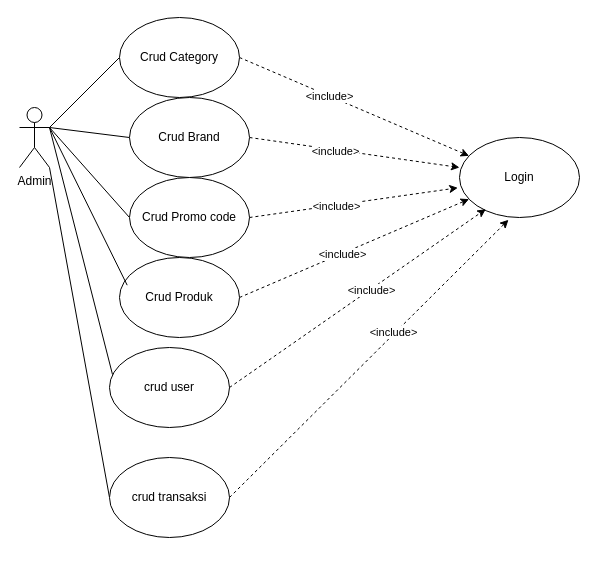
Rasyaalfaris/migration-and-relation keeps this draw.io diagram as page "Use case" (1 of 3) of diagram.drawio. Above is the earlier version. Source tidied: cells renumbered, new cells numbered last; positions are measured from the earlier drawing's top-left corner, leaving out a move shared by most shapes. Both pictures are drawn from the tidied source at 100%, with x=0, y=0 at pixel (19, 17).
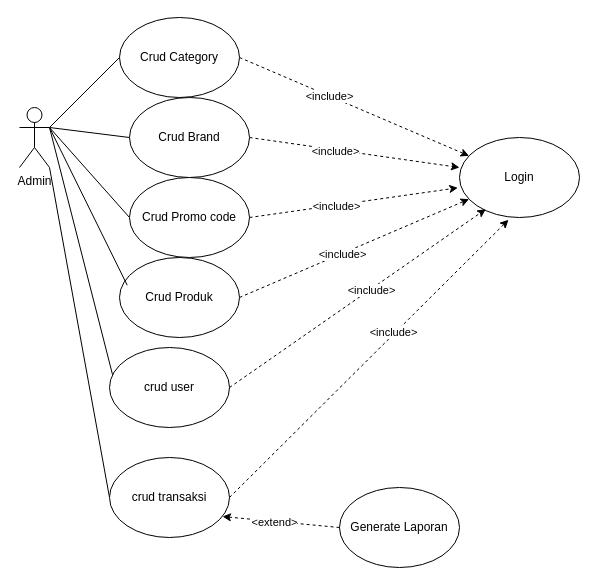
After the change.

Unchanged cells that the change refers to:
```xml
<mxCell id="18" value="crud transaksi" style="ellipse;whiteSpace=wrap;html=1;" parent="1" vertex="1">
  <mxGeometry x="90" y="440" width="120" height="80" as="geometry" />
</mxCell>
```

Change to the diagram source:
```diff
@@
+    <mxCell id="28" value="Generate Laporan" style="ellipse;whiteSpace=wrap;html=1;" parent="1" vertex="1">
+      <mxGeometry x="320" y="470" width="120" height="80" as="geometry" />
+    </mxCell>
+    <mxCell id="29" style="edgeStyle=none;html=1;exitX=0;exitY=0.5;exitDx=0;exitDy=0;entryX=0.942;entryY=0.738;entryDx=0;entryDy=0;entryPerimeter=0;dashed=1;" parent="1" edge="1" source="28" target="18">
+      <mxGeometry relative="1" as="geometry" />
+    </mxCell>
+    <mxCell id="30" value="&amp;lt;extend&amp;gt;" style="edgeLabel;html=1;align=center;verticalAlign=middle;" parent="29" vertex="1">
+      <mxGeometry x="0.13" y="1" relative="1" as="geometry" />
+    </mxCell>
```
